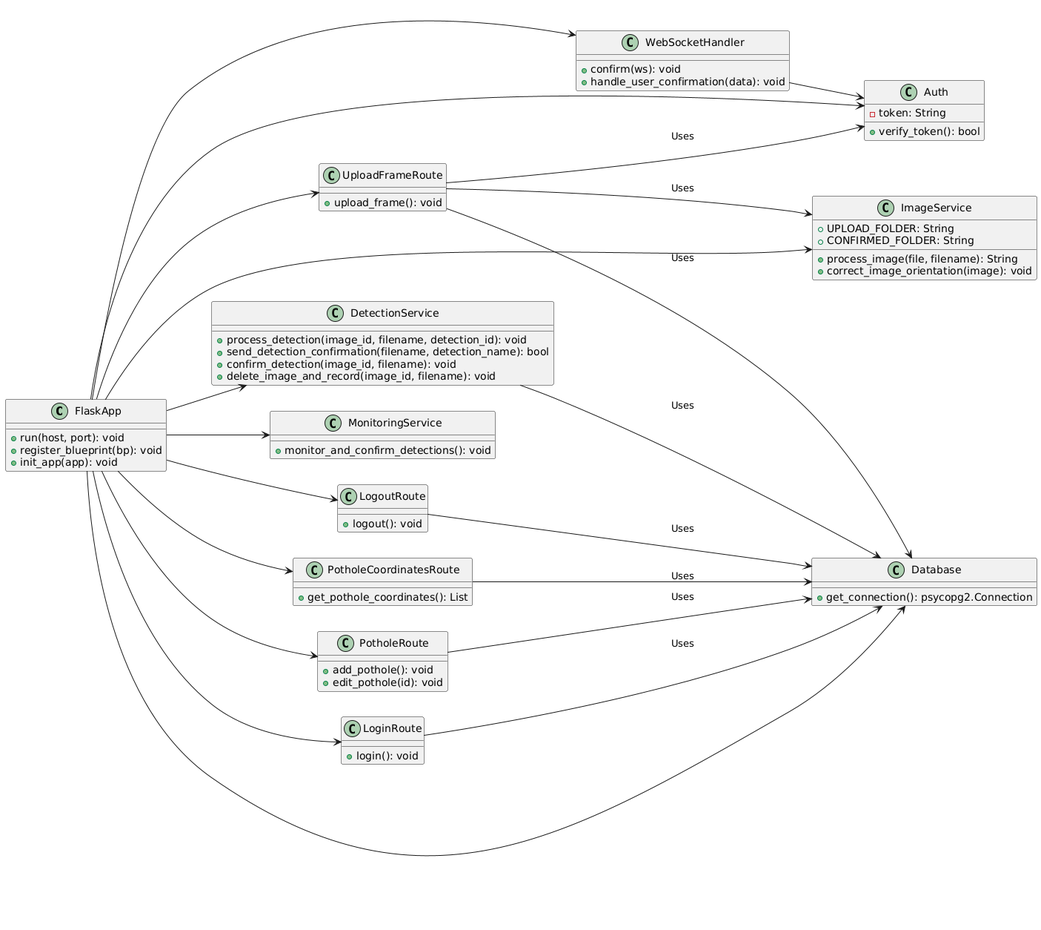
Earlier version of the PlantUML export documentation/server_class_diagram.png (Swintleton/pothole_server).
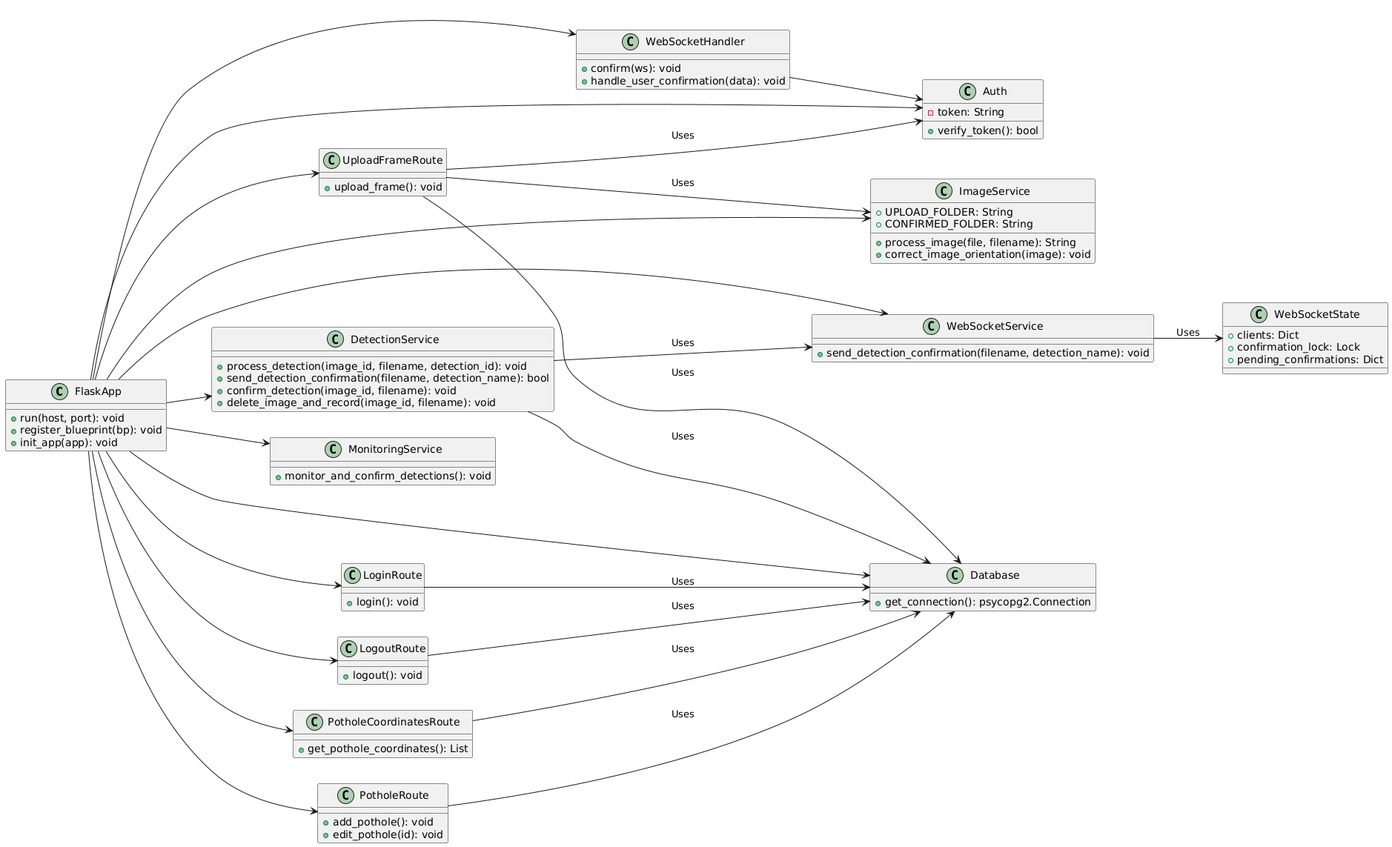
After the commit.

Commit message:
confirmation bugfixes

What changed in the source:
```diff
@@ -33,6 +33,16 @@
 class WebSocketHandler {
   + confirm(ws): void
   + handle_user_confirmation(data): void
+}
+
+class WebSocketService {
+  + send_detection_confirmation(filename, detection_name): void
+}
+
+class WebSocketState {
+  + clients: Dict
+  + confirmation_lock: Lock
+  + pending_confirmations: Dict
 }
 
 class MonitoringService {
@@ -71,10 +81,12 @@
 FlaskApp -down-> LogoutRoute
 FlaskApp -down-> PotholeCoordinatesRoute
 FlaskApp -down-> PotholeRoute
+FlaskApp -down-> WebSocketService
 
 together {
     WebSocketHandler -right-> Auth : Uses
     DetectionService -down-> Database : Uses
+    DetectionService -down-> WebSocketService : Uses
     UploadFrameRoute -down-> Auth : Uses
     UploadFrameRoute -down-> ImageService : Uses
     UploadFrameRoute -down-> Database : Uses
@@ -83,4 +95,6 @@
     PotholeCoordinatesRoute -down-> Database : Uses
     PotholeRoute -down-> Database : Uses
 }
+
+WebSocketService -down-> WebSocketState : Uses
 @enduml
```
